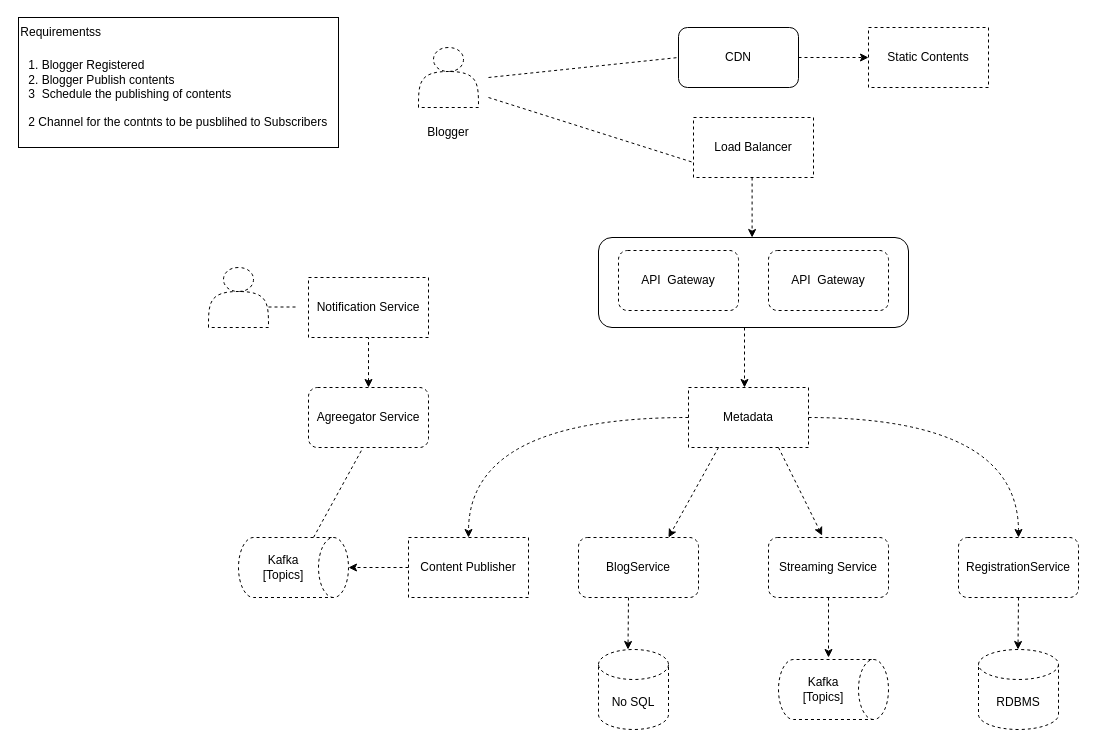
This is Untitled Diagram.drawio from PramodNegi/problem-solving-techniques, a draw.io file, before an edit. Source tidied: cells renumbered, new cells numbered last; positions are measured from the earlier drawing's top-left corner, leaving out a move shared by most shapes. Both pictures are drawn from the tidied source at 100%, with x=0, y=0 at pixel (18, 17).
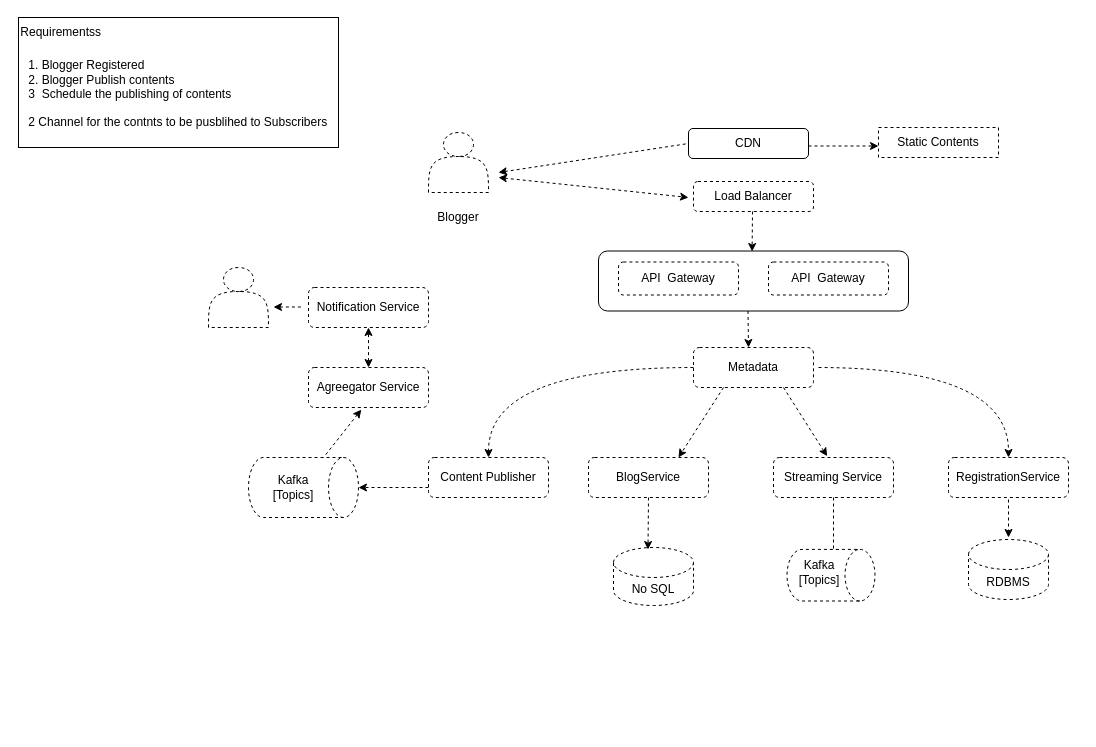
The same diagram, later.

The change refers to these unchanged cells:
```xml
<mxCell id="33" style="shape=cylinder3;whiteSpace=wrap;html=1;boundedLbl=1;backgroundOutline=1;size=15;rotation=90;dashed=1;comic=0;enumerate=0;shadow=0;" parent="32" vertex="1">
  <mxGeometry x="25" y="-25" width="60" height="110" as="geometry" />
</mxCell>
```

What changed in the source:
```diff
@@
-    <mxCell id="2" value="Load Balancer" style="rounded=0;whiteSpace=wrap;html=1;dashed=1;comic=0;enumerate=0;shadow=0;" parent="1" vertex="1">
-      <mxGeometry x="675" y="100" width="120" height="60" as="geometry" />
+    <mxCell id="2" value="Load Balancer" style="rounded=1;whiteSpace=wrap;html=1;dashed=1;comic=0;enumerate=0;shadow=0;" parent="1" vertex="1">
+      <mxGeometry x="675" y="164" width="120" height="30" as="geometry" />
     </mxCell>
     <mxCell id="3" value="CDN" style="rounded=1;whiteSpace=wrap;html=1;" parent="1" vertex="1">
-      <mxGeometry x="660" y="10" width="120" height="60" as="geometry" />
+      <mxGeometry x="670" y="111" width="120" height="30" as="geometry" />
     </mxCell>
     <mxCell id="4" style="shape=actor;whiteSpace=wrap;html=1;dashed=1;comic=0;enumerate=0;shadow=0;" parent="1" vertex="1">
-      <mxGeometry x="400" y="30" width="60" height="60" as="geometry" />
+      <mxGeometry x="410" y="115" width="60" height="60" as="geometry" />
     </mxCell>
     <mxCell id="5" value="Blogger" style="text;html=1;align=center;verticalAlign=middle;whiteSpace=wrap;rounded=0;dashed=1;comic=0;enumerate=0;shadow=0;" parent="1" vertex="1">
-      <mxGeometry x="400" y="100" width="60" height="30" as="geometry" />
+      <mxGeometry x="410" y="185" width="60" height="30" as="geometry" />
     </mxCell>
-    <mxCell id="6" style="endArrow=none;html=1;rounded=0;dashed=1;comic=0;enumerate=0;shadow=0;entryX=0;entryY=0.5;entryDx=0;entryDy=0;" parent="1" edge="1" target="3">
+    <mxCell id="6" style="endArrow=none;html=1;rounded=0;dashed=1;comic=0;enumerate=0;shadow=0;entryX=0;entryY=0.5;entryDx=0;entryDy=0;startArrow=classic;startFill=1;" parent="1" edge="1" target="3">
       <mxGeometry relative="1" as="geometry">
-        <mxPoint x="470" y="60" as="sourcePoint" />
+        <mxPoint x="480" y="155" as="sourcePoint" />
       </mxGeometry>
     </mxCell>
     <mxCell id="7" style="endArrow=classic;html=1;rounded=0;dashed=1;comic=0;enumerate=0;shadow=0;" parent="1" edge="1">
       <mxGeometry relative="1" as="geometry">
-        <mxPoint x="780" y="40" as="sourcePoint" />
-        <mxPoint x="850" y="40" as="targetPoint" />
+        <mxPoint x="790" y="128.5" as="sourcePoint" />
+        <mxPoint x="860" y="128.5" as="targetPoint" />
       </mxGeometry>
     </mxCell>
     <mxCell id="8" value="Static Contents" style="rounded=0;whiteSpace=wrap;html=1;dashed=1;comic=0;enumerate=0;shadow=0;" parent="1" vertex="1">
-      <mxGeometry x="850" y="10" width="120" height="60" as="geometry" />
+      <mxGeometry x="860" y="110" width="120" height="30" as="geometry" />
     </mxCell>
-    <mxCell id="9" style="endArrow=none;html=1;rounded=0;entryX=0;entryY=0.75;entryDx=0;entryDy=0;dashed=1;comic=0;enumerate=0;shadow=0;" parent="1" edge="1" target="2">
+    <mxCell id="9" style="endArrow=classic;html=1;rounded=0;dashed=1;comic=0;enumerate=0;shadow=0;endFill=1;startArrow=classic;startFill=1;" parent="1" edge="1">
       <mxGeometry relative="1" as="geometry">
-        <mxPoint x="470" y="80" as="sourcePoint" />
+        <mxPoint x="480" y="160" as="sourcePoint" />
+        <mxPoint x="670" y="180" as="targetPoint" />
       </mxGeometry>
     </mxCell>
-    <mxCell id="10" value="Metadata" style="rounded=0;whiteSpace=wrap;html=1;dashed=1;comic=0;enumerate=0;shadow=0;" parent="1" vertex="1">
-      <mxGeometry x="670" y="370" width="120" height="60" as="geometry" />
+    <mxCell id="10" value="Metadata" style="rounded=1;whiteSpace=wrap;html=1;dashed=1;comic=0;enumerate=0;shadow=0;" parent="1" vertex="1">
+      <mxGeometry x="675" y="330" width="120" height="40" as="geometry" />
     </mxCell>
-    <mxCell id="11" value="Notification Service" style="rounded=0;whiteSpace=wrap;html=1;dashed=1;comic=0;enumerate=0;shadow=0;" parent="1" vertex="1">
-      <mxGeometry x="290" y="260" width="120" height="60" as="geometry" />
+    <mxCell id="11" value="Notification Service" style="rounded=1;whiteSpace=wrap;html=1;dashed=1;comic=0;enumerate=0;shadow=0;" parent="1" vertex="1">
+      <mxGeometry x="290" y="270" width="120" height="40" as="geometry" />
     </mxCell>
@@
-    <mxCell id="13" style="endArrow=none;html=1;rounded=0;dashed=1;comic=0;enumerate=0;shadow=0;" parent="1" edge="1">
+    <mxCell id="13" style="endArrow=none;html=1;rounded=0;dashed=1;comic=0;enumerate=0;shadow=0;startArrow=classic;startFill=1;" parent="1" edge="1">
       <mxGeometry relative="1" as="geometry">
-        <mxPoint x="250" y="289.5" as="sourcePoint" />
-        <mxPoint x="280" y="289.5" as="targetPoint" />
+        <mxPoint x="255" y="289.5" as="sourcePoint" />
+        <mxPoint x="285" y="289.5" as="targetPoint" />
       </mxGeometry>
     </mxCell>
-    <mxCell id="14" value="Content Publisher" style="rounded=0;whiteSpace=wrap;html=1;dashed=1;comic=0;enumerate=0;shadow=0;" parent="1" vertex="1">
-      <mxGeometry x="390" y="520" width="120" height="60" as="geometry" />
+    <mxCell id="14" value="Content Publisher" style="rounded=1;whiteSpace=wrap;html=1;dashed=1;comic=0;enumerate=0;shadow=0;" parent="1" vertex="1">
+      <mxGeometry x="410" y="440" width="120" height="40" as="geometry" />
     </mxCell>
-    <mxCell id="15" style="endArrow=classic;html=1;rounded=0;dashed=1;comic=0;enumerate=0;shadow=0;entryX=0.5;entryY=0;entryDx=0;entryDy=0;entryPerimeter=0;exitX=0;exitY=0.5;exitDx=0;exitDy=0;" parent="1" edge="1" source="14" target="33">
-      <mxGeometry relative="1" as="geometry" />
+    <mxCell id="15" style="endArrow=classic;html=1;rounded=0;dashed=1;comic=0;enumerate=0;shadow=0;entryX=0.5;entryY=0;entryDx=0;entryDy=0;entryPerimeter=0;" parent="1" edge="1" target="33">
+      <mxGeometry relative="1" as="geometry">
+        <mxPoint x="410" y="470" as="sourcePoint" />
+      </mxGeometry>
     </mxCell>
     <mxCell id="16" value="BlogService" style="rounded=1;whiteSpace=wrap;html=1;dashed=1;comic=0;enumerate=0;shadow=0;" parent="1" vertex="1">
-      <mxGeometry x="560" y="520" width="120" height="60" as="geometry" />
+      <mxGeometry x="570" y="440" width="120" height="40" as="geometry" />
     </mxCell>
@@
     <mxCell id="18" value="Streaming Service" style="rounded=1;whiteSpace=wrap;html=1;dashed=1;comic=0;enumerate=0;shadow=0;" parent="1" vertex="1">
-      <mxGeometry x="750" y="520" width="120" height="60" as="geometry" />
+      <mxGeometry x="755" y="440" width="120" height="40" as="geometry" />
     </mxCell>
-    <mxCell id="19" style="endArrow=classic;html=1;rounded=0;dashed=1;comic=0;enumerate=0;shadow=0;exitX=0.5;exitY=1;exitDx=0;exitDy=0;" parent="1" edge="1" source="18">
+    <mxCell id="19" style="endArrow=classic;html=1;rounded=0;dashed=1;comic=0;enumerate=0;shadow=0;" parent="1" edge="1">
       <mxGeometry relative="1" as="geometry">
-        <mxPoint x="810" y="640" as="targetPoint" />
+        <mxPoint x="815" y="480" as="sourcePoint" />
+        <mxPoint x="815" y="540" as="targetPoint" />
       </mxGeometry>
     </mxCell>
@@
     <mxCell id="21" value="RDBMS" style="shape=cylinder3;whiteSpace=wrap;html=1;boundedLbl=1;backgroundOutline=1;size=15;dashed=1;comic=0;enumerate=0;shadow=0;" parent="1" vertex="1">
-      <mxGeometry x="960" y="632" width="80" height="80" as="geometry" />
+      <mxGeometry x="950" y="522" width="80" height="60" as="geometry" />
     </mxCell>
     <mxCell id="22" value="RegistrationService" style="rounded=1;whiteSpace=wrap;html=1;dashed=1;comic=0;enumerate=0;shadow=0;" parent="1" vertex="1">
-      <mxGeometry x="940" y="520" width="120" height="60" as="geometry" />
+      <mxGeometry x="930" y="440" width="120" height="40" as="geometry" />
     </mxCell>
-    <mxCell id="23" style="endArrow=classic;html=1;rounded=0;exitX=1;exitY=0;exitDx=0;exitDy=0;entryX=0.5;entryY=0;entryDx=0;entryDy=0;endFill=1;dashed=1;comic=0;enumerate=0;shadow=0;flowAnimation=0;snapToPoint=0;edgeStyle=orthogonalEdgeStyle;curved=1;" parent="1" edge="1" target="22">
+    <mxCell id="23" style="endArrow=classic;html=1;rounded=0;entryX=0.5;entryY=0;entryDx=0;entryDy=0;endFill=1;dashed=1;comic=0;enumerate=0;shadow=0;flowAnimation=0;snapToPoint=0;edgeStyle=orthogonalEdgeStyle;curved=1;" parent="1" edge="1" target="22">
       <mxGeometry relative="1" as="geometry">
-        <mxPoint x="790" y="400" as="sourcePoint" />
+        <mxPoint x="800" y="350" as="sourcePoint" />
       </mxGeometry>
     </mxCell>
     <mxCell id="24" value="Agreegator Service" style="rounded=1;whiteSpace=wrap;html=1;dashed=1;comic=0;enumerate=0;shadow=0;" parent="1" vertex="1">
-      <mxGeometry x="290" y="370" width="120" height="60" as="geometry" />
+      <mxGeometry x="290" y="350" width="120" height="40" as="geometry" />
     </mxCell>
-    <mxCell id="25" style="endArrow=none;html=1;rounded=0;entryX=0;entryY=0;entryDx=0;entryDy=35;entryPerimeter=0;dashed=1;comic=0;enumerate=0;shadow=0;exitX=0.44;exitY=1.053;exitDx=0;exitDy=0;exitPerimeter=0;" parent="1" edge="1" source="24" target="33">
+    <mxCell id="25" style="endArrow=none;html=1;rounded=0;entryX=0;entryY=0;entryDx=0;entryDy=35;entryPerimeter=0;dashed=1;comic=0;enumerate=0;shadow=0;exitX=0.44;exitY=1.053;exitDx=0;exitDy=0;exitPerimeter=0;startArrow=classic;startFill=1;" parent="1" edge="1" source="24" target="33">
       <mxGeometry relative="1" as="geometry" />
     </mxCell>
-    <mxCell id="26" style="endArrow=none;html=1;rounded=0;exitX=0.5;exitY=0;exitDx=0;exitDy=0;entryX=0.5;entryY=1;entryDx=0;entryDy=0;endFill=0;startArrow=classic;startFill=1;dashed=1;comic=0;enumerate=0;shadow=0;" parent="1" edge="1" source="24" target="11">
+    <mxCell id="26" style="endArrow=classic;html=1;rounded=0;exitX=0.5;exitY=0;exitDx=0;exitDy=0;entryX=0.5;entryY=1;entryDx=0;entryDy=0;endFill=1;startArrow=classic;startFill=1;dashed=1;comic=0;enumerate=0;shadow=0;" parent="1" edge="1" source="24" target="11">
       <mxGeometry relative="1" as="geometry" />
     </mxCell>
@@
     <mxCell id="32" style="group;dashed=1;comic=0;enumerate=0;shadow=0;" parent="1" vertex="1">
-      <mxGeometry x="220" y="520" width="110" height="60" as="geometry" />
+      <mxGeometry x="230" y="440" width="110" height="60" as="geometry" />
     </mxCell>
@@
     <mxCell id="35" style="group;dashed=1;comic=0;enumerate=0;shadow=0;" parent="1" vertex="1">
-      <mxGeometry x="760" y="642" width="110" height="60" as="geometry" />
+      <mxGeometry x="750" y="542" width="125" height="59.7" as="geometry" />
     </mxCell>
     <mxCell id="36" style="shape=cylinder3;whiteSpace=wrap;html=1;boundedLbl=1;backgroundOutline=1;size=15;rotation=90;dashed=1;comic=0;enumerate=0;shadow=0;" parent="35" vertex="1">
-      <mxGeometry x="25" y="-25" width="60" height="110" as="geometry" />
+      <mxGeometry x="36.7" y="-28.3" width="51.6" height="88" as="geometry" />
     </mxCell>
     <mxCell id="37" value="Kafka [Topics]" style="text;html=1;align=center;verticalAlign=middle;whiteSpace=wrap;rounded=0;dashed=1;comic=0;enumerate=0;shadow=0;" parent="35" vertex="1">
-      <mxGeometry x="15" y="15" width="60" height="30" as="geometry" />
+      <mxGeometry x="17" y="1" width="68.2" height="24" as="geometry" />
     </mxCell>
     <mxCell id="38" value="No SQL" style="shape=cylinder3;whiteSpace=wrap;html=1;boundedLbl=1;backgroundOutline=1;size=15;dashed=1;comic=0;enumerate=0;shadow=0;" parent="1" vertex="1">
-      <mxGeometry x="580" y="632" width="70" height="80" as="geometry" />
+      <mxGeometry x="595" y="530" width="80" height="58" as="geometry" />
     </mxCell>
     <mxCell id="39" style="endArrow=classic;html=1;rounded=0;dashed=1;comic=0;enumerate=0;shadow=0;" parent="1" edge="1">
       <mxGeometry relative="1" as="geometry">
-        <mxPoint x="610" y="580" as="sourcePoint" />
-        <mxPoint x="609.5" y="632" as="targetPoint" />
+        <mxPoint x="630" y="480" as="sourcePoint" />
+        <mxPoint x="629.5" y="532" as="targetPoint" />
       </mxGeometry>
     </mxCell>
     <mxCell id="40" style="endArrow=classic;html=1;rounded=0;dashed=1;comic=0;enumerate=0;shadow=0;" parent="1" edge="1">
       <mxGeometry relative="1" as="geometry">
-        <mxPoint x="1000" y="580" as="sourcePoint" />
-        <mxPoint x="999.5" y="632" as="targetPoint" />
+        <mxPoint x="990" y="482" as="sourcePoint" />
+        <mxPoint x="990" y="520" as="targetPoint" />
       </mxGeometry>
     </mxCell>
@@
-    <mxCell id="42" style="group;" parent="1" vertex="1">
-      <mxGeometry x="580" y="220" width="310" height="90" as="geometry" />
-    </mxCell>
+    <mxCell id="46" style="endArrow=classic;html=1;rounded=0;curved=0;dashed=1;" parent="1" edge="1">
+      <mxGeometry relative="1" as="geometry">
+        <mxPoint x="729.5" y="293.5" as="sourcePoint" />
+        <mxPoint x="730" y="330" as="targetPoint" />
+      </mxGeometry>
+    </mxCell>
+    <mxCell id="47" style="endArrow=classic;html=1;rounded=0;curved=0;dashed=1;" parent="1" edge="1">
+      <mxGeometry relative="1" as="geometry">
+        <mxPoint x="734" y="194" as="sourcePoint" />
+        <mxPoint x="733.6" y="234" as="targetPoint" />
+      </mxGeometry>
+    </mxCell>
-    <mxCell id="43" style="rounded=1;whiteSpace=wrap;html=1;" parent="42" vertex="1">
-      <mxGeometry width="310" height="90" as="geometry" />
+    <mxCell id="43" style="rounded=1;whiteSpace=wrap;html=1;" parent="1" vertex="1">
+      <mxGeometry x="580" y="233.5" width="310" height="60" as="geometry" />
     </mxCell>
-    <mxCell id="44" value="API&amp;nbsp; Gateway" style="rounded=1;whiteSpace=wrap;html=1;dashed=1;comic=0;enumerate=0;shadow=0;" parent="42" vertex="1">
-      <mxGeometry x="170" y="13" width="120" height="60" as="geometry" />
+    <mxCell id="44" value="API&amp;nbsp; Gateway" style="rounded=1;whiteSpace=wrap;html=1;dashed=1;comic=0;enumerate=0;shadow=0;" parent="1" vertex="1">
+      <mxGeometry x="750" y="244.5" width="120" height="33" as="geometry" />
     </mxCell>
-    <mxCell id="45" value="API&amp;nbsp; Gateway" style="rounded=1;whiteSpace=wrap;html=1;dashed=1;comic=0;enumerate=0;shadow=0;" parent="42" vertex="1">
-      <mxGeometry x="20" y="13" width="120" height="60" as="geometry" />
+    <mxCell id="45" value="API&amp;nbsp; Gateway" style="rounded=1;whiteSpace=wrap;html=1;dashed=1;comic=0;enumerate=0;shadow=0;" parent="1" vertex="1">
+      <mxGeometry x="600" y="244.5" width="120" height="33" as="geometry" />
     </mxCell>
-    <mxCell id="46" style="endArrow=classic;html=1;rounded=0;curved=0;dashed=1;" parent="1" edge="1">
-      <mxGeometry relative="1" as="geometry">
-        <mxPoint x="726" y="310" as="sourcePoint" />
-        <mxPoint x="726" y="370" as="targetPoint" />
-      </mxGeometry>
-    </mxCell>
-    <mxCell id="47" style="endArrow=classic;html=1;rounded=0;curved=0;dashed=1;" parent="1" edge="1">
-      <mxGeometry relative="1" as="geometry">
-        <mxPoint x="733.6" y="160" as="sourcePoint" />
-        <mxPoint x="733.6" y="220" as="targetPoint" />
-      </mxGeometry>
-    </mxCell>
```
